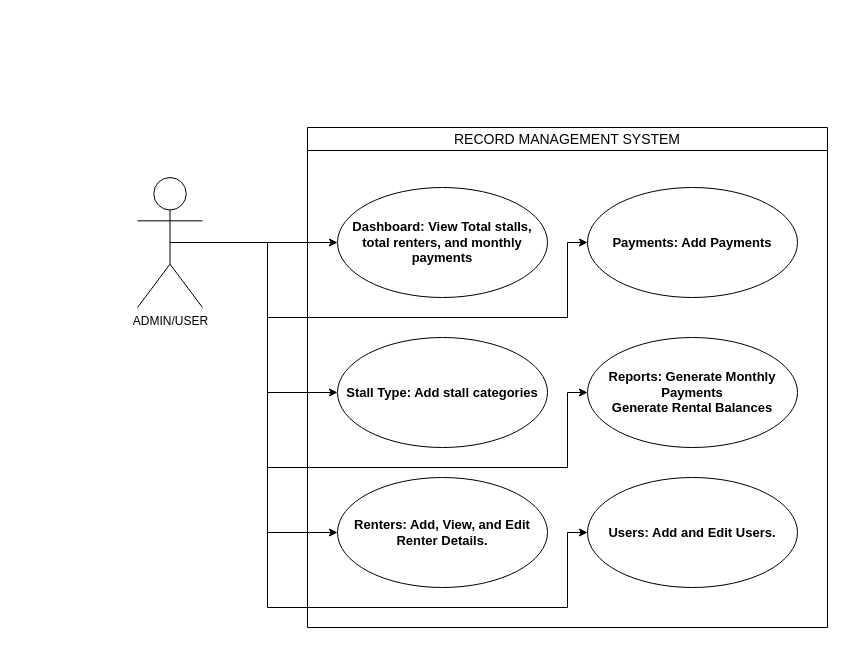
Above: RMS UCD.drawio in Gooootz/stall_rental (draw.io), before the change. Source tidied: cells renumbered, new cells numbered last; positions are measured from the earlier drawing's top-left corner, leaving out a move shared by most shapes. Both pictures are drawn from the tidied source at 100%, with x=0, y=0 at pixel (137, 127).
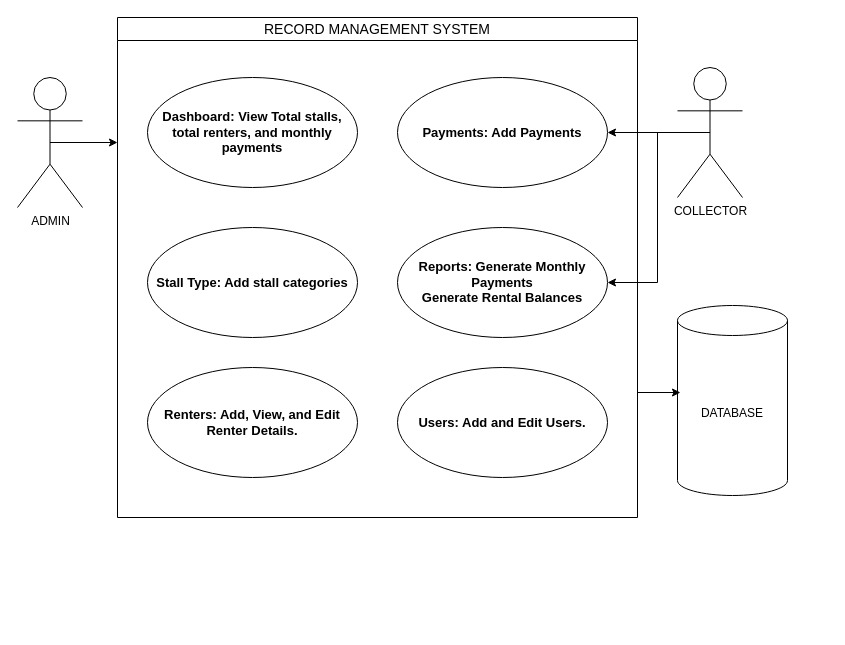
After the change.

The change refers to these unchanged cells:
```xml
<mxCell id="10" value="&lt;span&gt;&lt;font style=&quot;font-size: 13px;&quot;&gt;Dashboard: View Total stalls, total renters, and monthly payments&lt;/font&gt;&lt;/span&gt;" style="ellipse;whiteSpace=wrap;html=1;fontStyle=1;" parent="9" vertex="1">
  <mxGeometry x="30" y="60" width="210" height="110" as="geometry" />
</mxCell>
<mxCell id="11" value="&lt;span style=&quot;font-size: 13px;&quot;&gt;Stall Type: Add stall categories&lt;/span&gt;" style="ellipse;whiteSpace=wrap;html=1;fontStyle=1;" parent="9" vertex="1">
  <mxGeometry x="30" y="210" width="210" height="110" as="geometry" />
</mxCell>
<mxCell id="12" value="&lt;span&gt;&lt;font style=&quot;font-size: 13px;&quot;&gt;Renters: Add, View, and Edit Renter Details.&lt;/font&gt;&lt;/span&gt;" style="ellipse;whiteSpace=wrap;html=1;fontStyle=1;" parent="9" vertex="1">
  <mxGeometry x="30" y="350" width="210" height="110" as="geometry" />
</mxCell>
<mxCell id="13" value="&lt;span&gt;&lt;font style=&quot;font-size: 13px;&quot;&gt;Payments: Add Payments&lt;/font&gt;&lt;/span&gt;" style="ellipse;whiteSpace=wrap;html=1;fontStyle=1;" parent="9" vertex="1">
  <mxGeometry x="280" y="60" width="210" height="110" as="geometry" />
</mxCell>
<mxCell id="14" value="&lt;span&gt;&lt;font style=&quot;font-size: 13px;&quot;&gt;Reports: Generate Monthly Payments&lt;/font&gt;&lt;/span&gt;&lt;div&gt;&lt;span&gt;&lt;font style=&quot;font-size: 13px;&quot;&gt;Generate Rental Balances&lt;/font&gt;&lt;/span&gt;&lt;/div&gt;" style="ellipse;whiteSpace=wrap;html=1;fontStyle=1;" parent="9" vertex="1">
  <mxGeometry x="280" y="210" width="210" height="110" as="geometry" />
</mxCell>
<mxCell id="15" value="&lt;span&gt;&lt;font style=&quot;font-size: 13px;&quot;&gt;Users: Add and Edit Users.&lt;/font&gt;&lt;/span&gt;" style="ellipse;whiteSpace=wrap;html=1;fontStyle=1;" parent="9" vertex="1">
  <mxGeometry x="280" y="350" width="210" height="110" as="geometry" />
</mxCell>
```

Change to the diagram source:
```diff
@@
-    <mxCell id="2" style="edgeStyle=orthogonalEdgeStyle;rounded=0;jettySize=auto;html=1;exitX=0.5;exitY=0.5;exitDx=0;exitDy=0;exitPerimeter=0;" parent="1" edge="1" source="8" target="10">
-      <mxGeometry relative="1" as="geometry" />
-    </mxCell>
-    <mxCell id="3" style="edgeStyle=orthogonalEdgeStyle;rounded=0;jettySize=auto;html=1;exitX=0.5;exitY=0.5;exitDx=0;exitDy=0;exitPerimeter=0;entryX=0;entryY=0.5;entryDx=0;entryDy=0;" parent="1" edge="1" source="8" target="11">
-      <mxGeometry relative="1" as="geometry">
-        <Array as="points">
-          <mxPoint x="130" y="115" />
-          <mxPoint x="130" y="265" />
-        </Array>
-      </mxGeometry>
-    </mxCell>
-    <mxCell id="4" style="edgeStyle=orthogonalEdgeStyle;rounded=0;jettySize=auto;html=1;exitX=0.5;exitY=0.5;exitDx=0;exitDy=0;exitPerimeter=0;entryX=0;entryY=0.5;entryDx=0;entryDy=0;" parent="1" edge="1" source="8" target="12">
-      <mxGeometry relative="1" as="geometry">
-        <Array as="points">
-          <mxPoint x="130" y="115" />
-          <mxPoint x="130" y="405" />
-        </Array>
-      </mxGeometry>
-    </mxCell>
-    <mxCell id="5" style="edgeStyle=orthogonalEdgeStyle;rounded=0;jettySize=auto;html=1;exitX=0.5;exitY=0.5;exitDx=0;exitDy=0;exitPerimeter=0;entryX=0;entryY=0.5;entryDx=0;entryDy=0;" parent="1" edge="1" source="8" target="13">
-      <mxGeometry relative="1" as="geometry">
-        <Array as="points">
-          <mxPoint x="130" y="115" />
-          <mxPoint x="130" y="190" />
-          <mxPoint x="430" y="190" />
-          <mxPoint x="430" y="115" />
-        </Array>
-      </mxGeometry>
-    </mxCell>
-    <mxCell id="6" style="edgeStyle=orthogonalEdgeStyle;rounded=0;jettySize=auto;html=1;exitX=0.5;exitY=0.5;exitDx=0;exitDy=0;exitPerimeter=0;entryX=0;entryY=0.5;entryDx=0;entryDy=0;" parent="1" edge="1" source="8" target="14">
-      <mxGeometry relative="1" as="geometry">
-        <Array as="points">
-          <mxPoint x="130" y="115" />
-          <mxPoint x="130" y="340" />
-          <mxPoint x="430" y="340" />
-          <mxPoint x="430" y="265" />
-        </Array>
-      </mxGeometry>
-    </mxCell>
-    <mxCell id="7" style="edgeStyle=orthogonalEdgeStyle;rounded=0;jettySize=auto;html=1;exitX=0.5;exitY=0.5;exitDx=0;exitDy=0;exitPerimeter=0;entryX=0;entryY=0.5;entryDx=0;entryDy=0;" parent="1" edge="1" source="8" target="15">
-      <mxGeometry relative="1" as="geometry">
-        <Array as="points">
-          <mxPoint x="130" y="115" />
-          <mxPoint x="130" y="480" />
-          <mxPoint x="430" y="480" />
-          <mxPoint x="430" y="405" />
-        </Array>
-      </mxGeometry>
-    </mxCell>
+    <mxCell id="16" style="edgeStyle=orthogonalEdgeStyle;rounded=0;jettySize=auto;html=1;exitX=0.5;exitY=0.5;exitDx=0;exitDy=0;exitPerimeter=0;entryX=0;entryY=0.25;entryDx=0;entryDy=0;" parent="1" edge="1" source="8" target="9">
+      <mxGeometry relative="1" as="geometry" />
+    </mxCell>
-    <mxCell id="8" value="ADMIN/USER" style="shape=umlActor;verticalLabelPosition=bottom;verticalAlign=top;html=1;outlineConnect=0;" parent="1" vertex="1">
-      <mxGeometry y="50" width="65" height="130" as="geometry" />
+    <mxCell id="8" value="ADMIN" style="shape=umlActor;verticalLabelPosition=bottom;verticalAlign=top;html=1;outlineConnect=0;" parent="1" vertex="1">
+      <mxGeometry x="-120" y="-50" width="65" height="130" as="geometry" />
     </mxCell>
     <mxCell id="9" value="&lt;span style=&quot;font-weight: normal;&quot;&gt;&lt;font style=&quot;font-size: 14px;&quot;&gt;RECORD MANAGEMENT SYSTEM&lt;/font&gt;&lt;/span&gt;" style="swimlane;whiteSpace=wrap;html=1;" parent="1" vertex="1">
-      <mxGeometry x="170" width="520" height="500" as="geometry" />
+      <mxGeometry x="-20" y="-110" width="520" height="500" as="geometry" />
     </mxCell>
@@
+    <mxCell id="17" style="edgeStyle=orthogonalEdgeStyle;rounded=0;jettySize=auto;html=1;exitX=0.5;exitY=0.5;exitDx=0;exitDy=0;exitPerimeter=0;entryX=1;entryY=0.5;entryDx=0;entryDy=0;" parent="1" edge="1" source="19" target="13">
+      <mxGeometry relative="1" as="geometry" />
+    </mxCell>
+    <mxCell id="18" style="edgeStyle=orthogonalEdgeStyle;rounded=0;jettySize=auto;html=1;exitX=0.5;exitY=0.5;exitDx=0;exitDy=0;exitPerimeter=0;entryX=1;entryY=0.5;entryDx=0;entryDy=0;" parent="1" edge="1" source="19" target="14">
+      <mxGeometry relative="1" as="geometry">
+        <Array as="points">
+          <mxPoint x="520" y="5" />
+          <mxPoint x="520" y="155" />
+        </Array>
+      </mxGeometry>
+    </mxCell>
+    <mxCell id="19" value="COLLECTOR" style="shape=umlActor;verticalLabelPosition=bottom;verticalAlign=top;html=1;outlineConnect=0;" parent="1" vertex="1">
+      <mxGeometry x="540" y="-60" width="65" height="130" as="geometry" />
+    </mxCell>
+    <mxCell id="20" value="DATABASE" style="shape=cylinder3;whiteSpace=wrap;html=1;boundedLbl=1;backgroundOutline=1;size=15;" parent="1" vertex="1">
+      <mxGeometry x="540" y="178" width="110" height="190" as="geometry" />
+    </mxCell>
+    <mxCell id="21" style="edgeStyle=orthogonalEdgeStyle;rounded=0;jettySize=auto;html=1;entryX=0.027;entryY=0.458;entryDx=0;entryDy=0;entryPerimeter=0;exitX=1;exitY=0.75;exitDx=0;exitDy=0;" parent="1" edge="1" source="9" target="20">
+      <mxGeometry relative="1" as="geometry" />
+    </mxCell>
```
